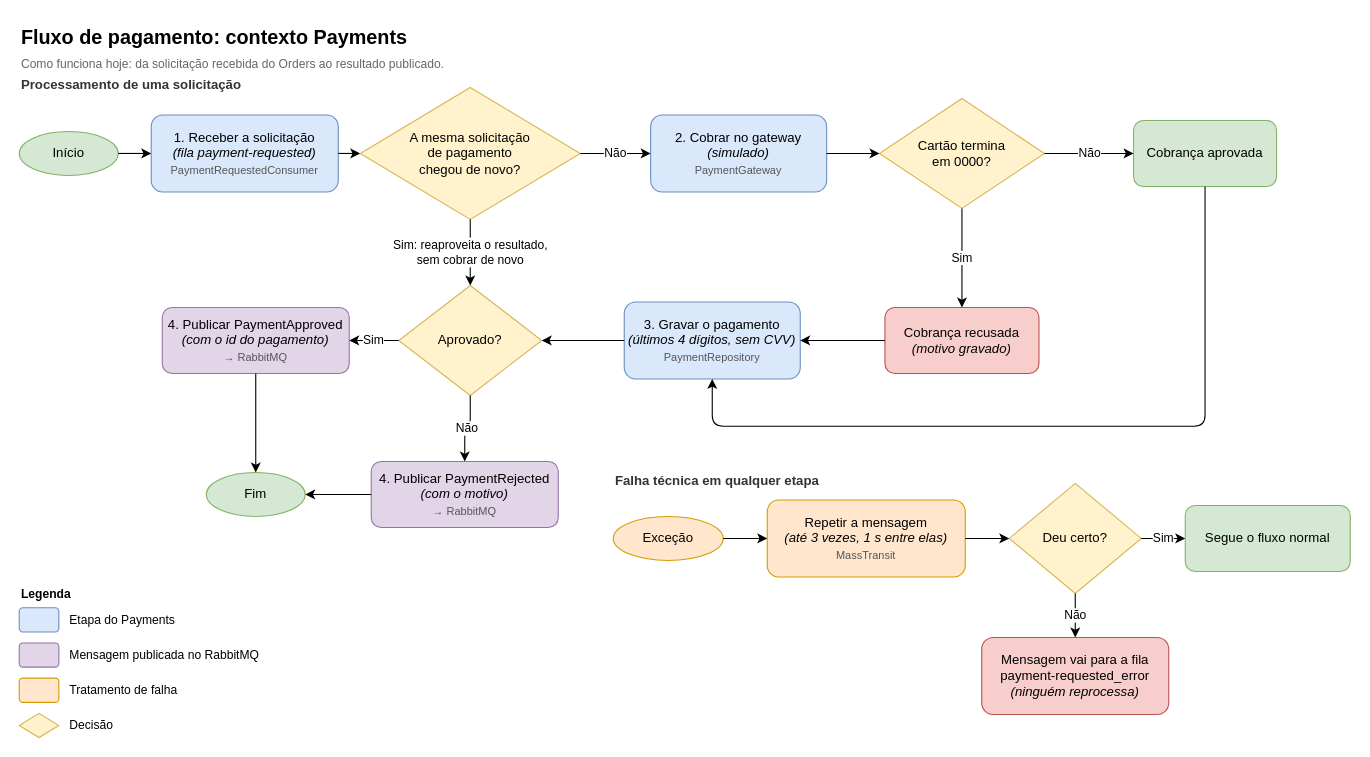
ArturRibeiro/scorpornok-ecommerce keeps this draw.io diagram as docs/diagrams/fluxo-pagamento.drawio. Above is the earlier version. Source tidied: cells renumbered, new cells numbered last; positions are measured from the earlier drawing's top-left corner, leaving out a move shared by most shapes. Both pictures are drawn from the tidied source at 110%, with x=0, y=0 at pixel (19, 19).
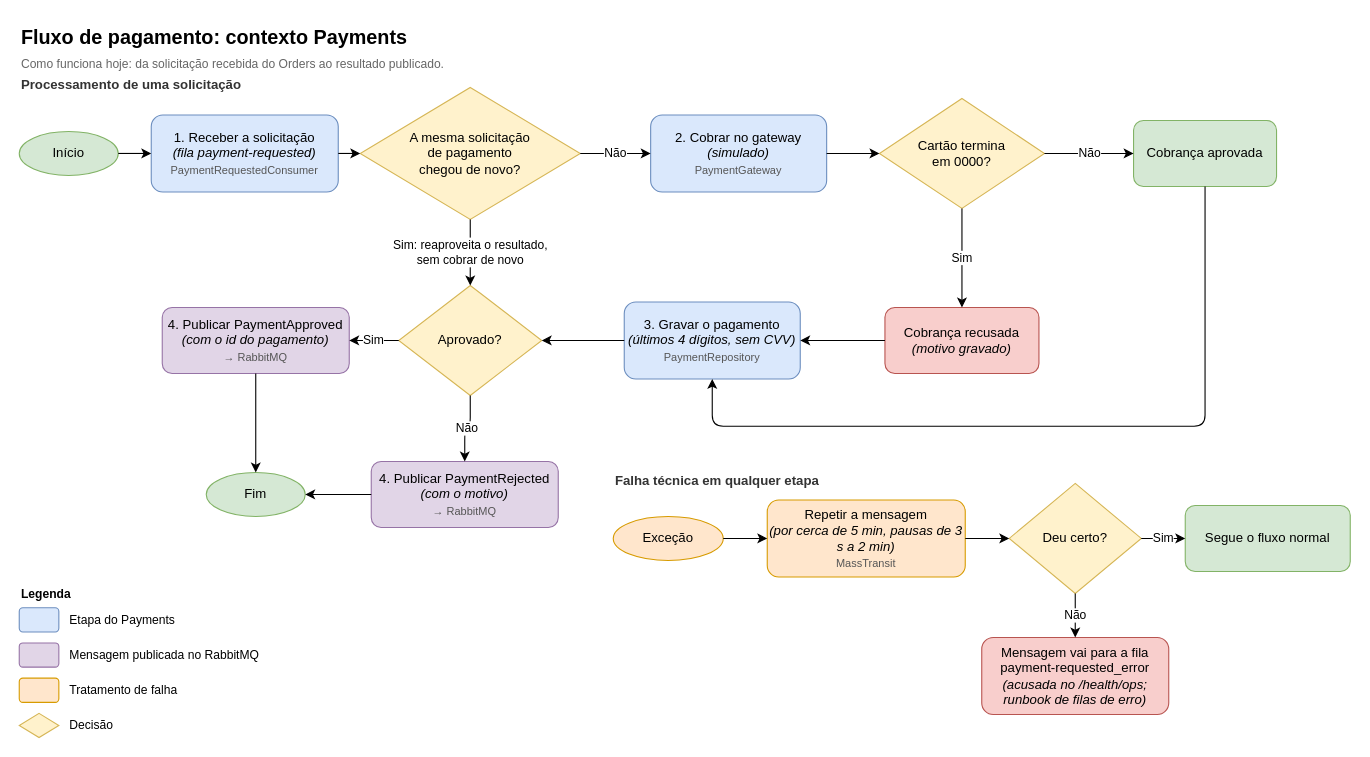
The same diagram, later.

The edit, as a diff of the source:
```diff
@@
-    <mxCell id="18" value="Repetir a mensagem&lt;br&gt;&lt;i&gt;(até 3 vezes, 1 s entre elas)&lt;/i&gt;&lt;br&gt;&lt;font style=&quot;font-size:10px&quot; color=&quot;#555555&quot;&gt;MassTransit&lt;/font&gt;" style="rounded=1;whiteSpace=wrap;html=1;fillColor=#ffe6cc;strokeColor=#d79b00;" parent="1" vertex="1">
+    <mxCell id="18" value="Repetir a mensagem&lt;br&gt;&lt;i&gt;(por cerca de 5 min, pausas de 3 s a 2 min)&lt;/i&gt;&lt;br&gt;&lt;font style=&quot;font-size:10px&quot; color=&quot;#555555&quot;&gt;MassTransit&lt;/font&gt;" style="rounded=1;whiteSpace=wrap;html=1;fillColor=#ffe6cc;strokeColor=#d79b00;" parent="1" vertex="1">
       <mxGeometry x="680" y="437" width="180" height="70" as="geometry" />
     </mxCell>
@@
-    <mxCell id="21" value="Mensagem vai para a fila payment-requested_error&lt;br&gt;&lt;i&gt;(ninguém reprocessa)&lt;/i&gt;" style="rounded=1;whiteSpace=wrap;html=1;fillColor=#f8cecc;strokeColor=#b85450;" parent="1" vertex="1">
+    <mxCell id="21" value="Mensagem vai para a fila payment-requested_error&lt;br&gt;&lt;i&gt;(acusada no /health/ops; runbook de filas de erro)&lt;/i&gt;" style="rounded=1;whiteSpace=wrap;html=1;fillColor=#f8cecc;strokeColor=#b85450;" parent="1" vertex="1">
       <mxGeometry x="875" y="562" width="170" height="70" as="geometry" />
     </mxCell>
```
